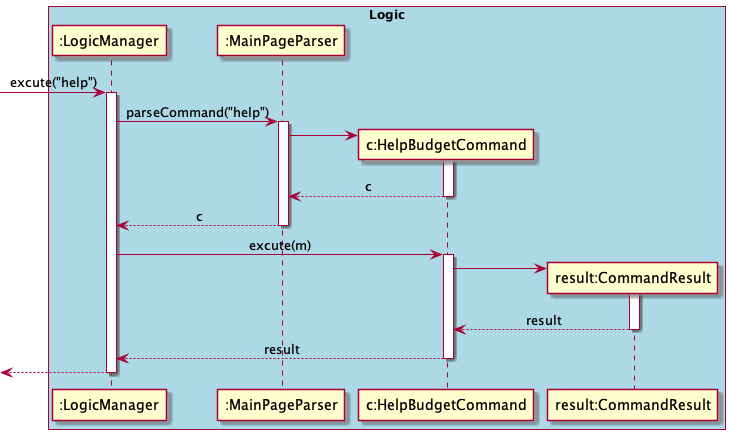
Above: docs/diagrams/commandsPlantUML/diagram/HelpCommand.png in yu-ming-chen/tp (PlantUML), before the change.
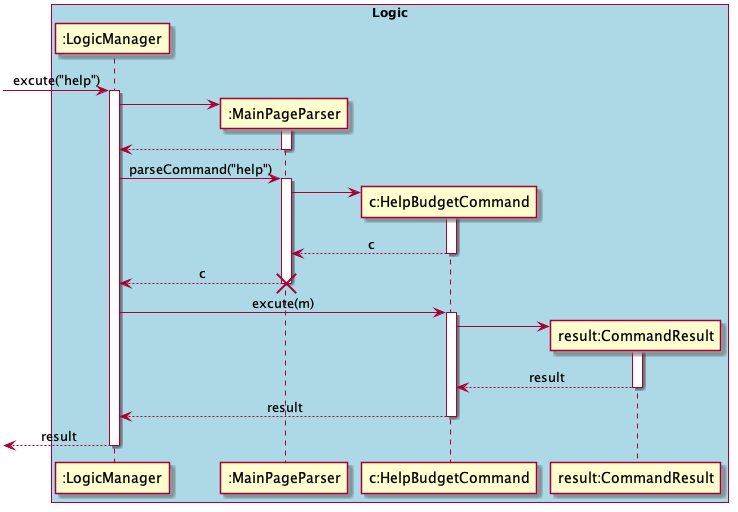
The same file after the commit.

Diff of the diagram source:
```diff
@@ -11,6 +11,11 @@
 
 [-> LM : excute("help")
 activate LM
+create MPP
+LM -> MPP
+activate MPP
+LM <-- MPP
+deactivate MPP
 LM -> MPP : parseCommand("help")
 activate MPP
 
@@ -22,6 +27,7 @@
 
 LM <-- MPP : c
 deactivate MPP
+destroy MPP
 
 
 LM -> HBC: excute(m)
@@ -35,8 +41,7 @@
 
 LM <-- HBC: result
 deactivate HBC
-[<-- LM
+[<-- LM: result
 deactivate LM
 
-
 @enduml
```
